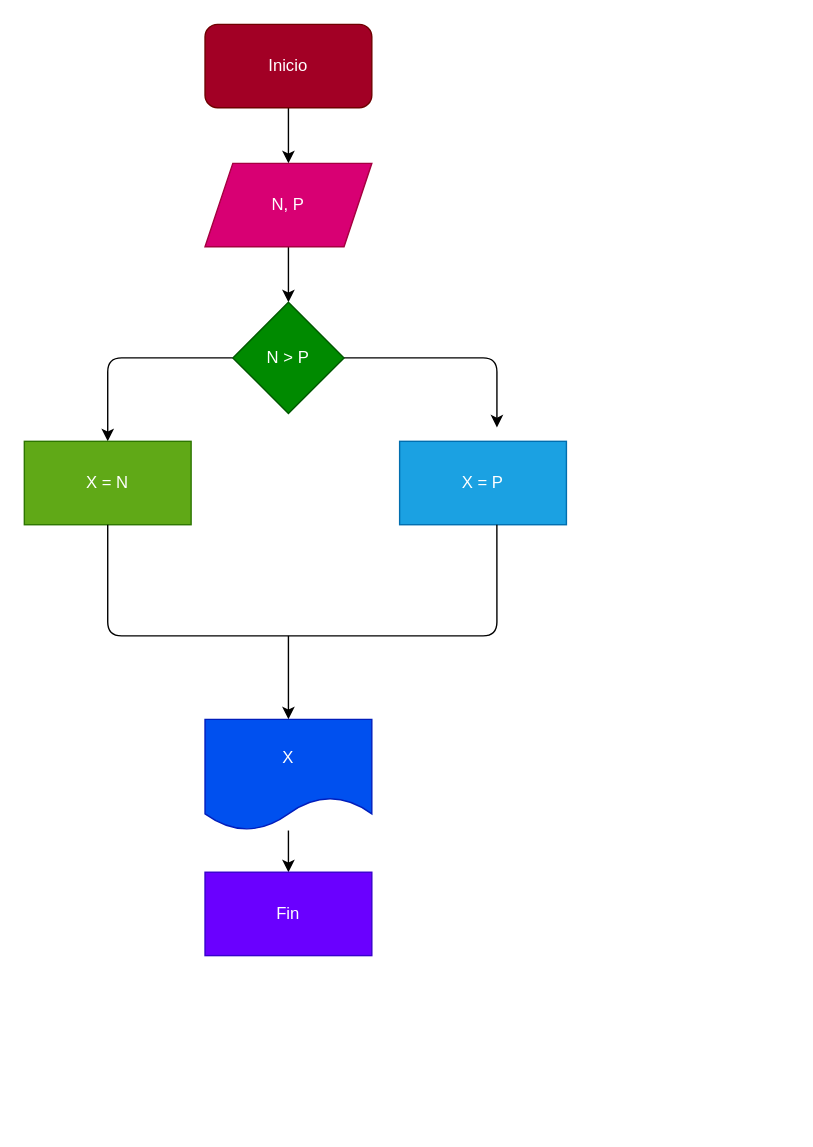
GabsCastroN/mayor_2enteros keeps this draw.io diagram as diagrama.drawio. Above is the earlier version. Source tidied: cells renumbered, new cells numbered last; positions are measured from the earlier drawing's top-left corner, leaving out a move shared by most shapes. Both pictures are drawn from the tidied source at 139%, with x=0, y=0 at pixel (24, 24).
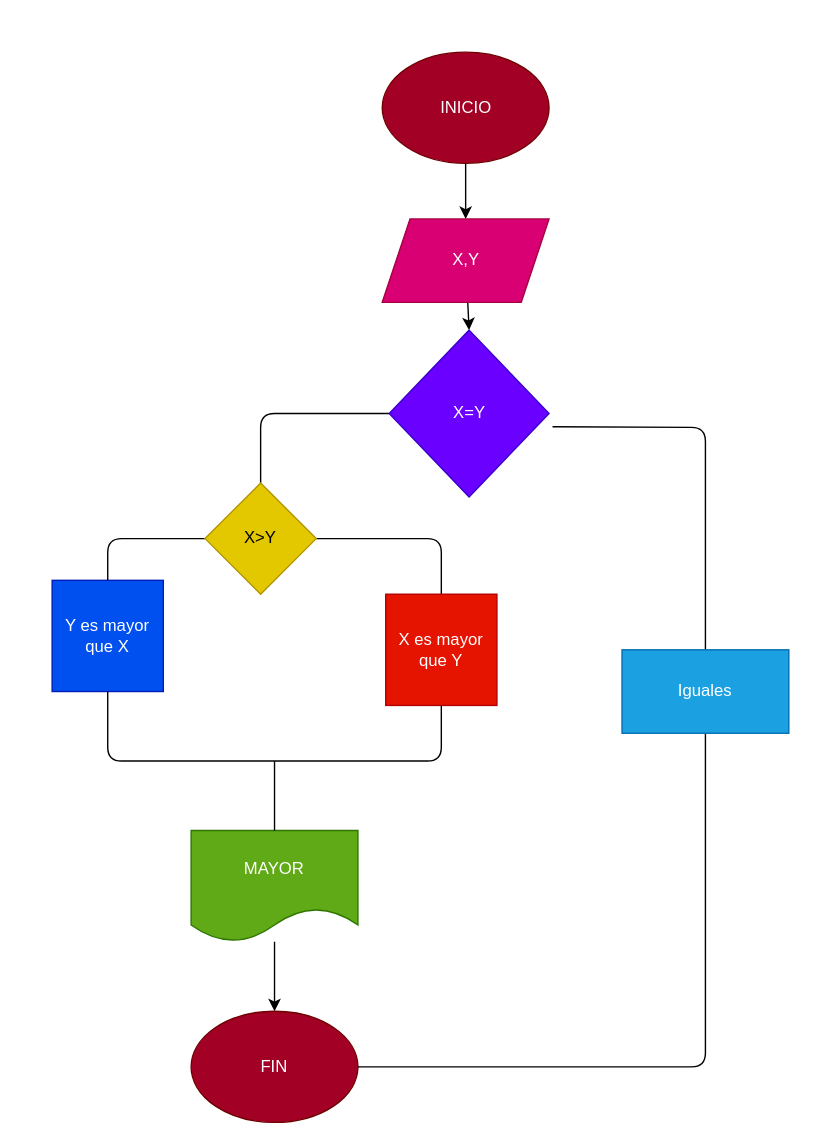
The same page after the edit.

Commit message (it also covers changes not shown here):
se cambio el programa py y el diagrama.

Change to the diagram source:
```diff
@@
-    <mxCell id="2" style="edgeStyle=none;html=1;entryX=0.5;entryY=0;entryDx=0;entryDy=0;" parent="1" edge="1" source="3" target="5">
+    <mxCell id="2" style="edgeStyle=none;html=1;exitX=0.5;exitY=1;exitDx=0;exitDy=0;" parent="1" edge="1" source="19" target="16">
       <mxGeometry relative="1" as="geometry" />
     </mxCell>
-    <mxCell id="3" value="Inicio" style="rounded=1;whiteSpace=wrap;html=1;fillColor=#a20025;fontColor=#ffffff;strokeColor=#6F0000;" parent="1" vertex="1">
-      <mxGeometry x="130" width="120" height="60" as="geometry" />
-    </mxCell>
-    <mxCell id="4" style="edgeStyle=none;html=1;" parent="1" edge="1" source="5" target="8">
-      <mxGeometry relative="1" as="geometry" />
-    </mxCell>
-    <mxCell id="5" value="N, P" style="shape=parallelogram;perimeter=parallelogramPerimeter;whiteSpace=wrap;html=1;fixedSize=1;fillColor=#d80073;fontColor=#ffffff;strokeColor=#A50040;" parent="1" vertex="1">
-      <mxGeometry x="130" y="100" width="120" height="60" as="geometry" />
-    </mxCell>
+    <mxCell id="8" style="edgeStyle=none;html=1;" parent="1" edge="1" source="16">
+      <mxGeometry relative="1" as="geometry">
+        <mxPoint x="320" y="220" as="targetPoint" />
+      </mxGeometry>
+    </mxCell>
+    <mxCell id="16" value="X,Y" style="shape=parallelogram;perimeter=parallelogramPerimeter;whiteSpace=wrap;html=1;fixedSize=1;fillColor=#d80073;fontColor=#ffffff;strokeColor=#A50040;" parent="1" vertex="1">
+      <mxGeometry x="257.5" y="140" width="120" height="60" as="geometry" />
+    </mxCell>
+    <mxCell id="9" style="endArrow=none;html=1;entryX=0.5;entryY=0;entryDx=0;entryDy=0;" parent="1" edge="1" target="27">
+      <mxGeometry relative="1" as="geometry">
+        <mxPoint x="380" y="289.5" as="sourcePoint" />
+        <Array as="points">
+          <mxPoint x="490" y="290" />
+        </Array>
+      </mxGeometry>
+    </mxCell>
-    <mxCell id="6" style="edgeStyle=none;html=1;" parent="1" edge="1" source="8">
+    <mxCell id="6" style="endArrow=none;html=1;entryX=0;entryY=0.5;entryDx=0;entryDy=0;startArrow=none;" parent="1" edge="1" source="28" target="18">
       <mxGeometry relative="1" as="geometry">
-        <mxPoint x="340" y="290" as="targetPoint" />
         <Array as="points">
-          <mxPoint x="340" y="240" />
+          <mxPoint x="170" y="280" />
         </Array>
       </mxGeometry>
     </mxCell>
-    <mxCell id="7" style="edgeStyle=none;html=1;" parent="1" edge="1" source="8" target="10">
-      <mxGeometry relative="1" as="geometry">
-        <Array as="points">
-          <mxPoint x="60" y="240" />
-        </Array>
-      </mxGeometry>
+    <mxCell id="7" value="Y es mayor que X" style="whiteSpace=wrap;html=1;fillColor=#0050ef;fontColor=#ffffff;strokeColor=#001DBC;" parent="1" vertex="1">
+      <mxGeometry x="20" y="400" width="80" height="80" as="geometry" />
     </mxCell>
-    <mxCell id="8" value="N &amp;gt; P" style="rhombus;whiteSpace=wrap;html=1;fillColor=#008a00;fontColor=#ffffff;strokeColor=#005700;" parent="1" vertex="1">
-      <mxGeometry x="150" y="200" width="80" height="80" as="geometry" />
-    </mxCell>
-    <mxCell id="9" value="X = P" style="whiteSpace=wrap;html=1;fillColor=#1ba1e2;fontColor=#ffffff;strokeColor=#006EAF;" parent="1" vertex="1">
-      <mxGeometry x="270" y="300" width="120" height="60" as="geometry" />
-    </mxCell>
-    <mxCell id="10" value="X = N" style="whiteSpace=wrap;html=1;fillColor=#60a917;fontColor=#ffffff;strokeColor=#2D7600;" parent="1" vertex="1">
-      <mxGeometry y="300" width="120" height="60" as="geometry" />
-    </mxCell>
-    <mxCell id="11" style="endArrow=none;html=1;exitX=0.5;exitY=1;exitDx=0;exitDy=0;entryX=0.583;entryY=1;entryDx=0;entryDy=0;entryPerimeter=0;" parent="1" edge="1" source="10" target="9">
-      <mxGeometry relative="1" as="geometry">
-        <Array as="points">
-          <mxPoint x="60" y="440" />
-          <mxPoint x="340" y="440" />
-        </Array>
-      </mxGeometry>
-    </mxCell>
-    <mxCell id="12" style="endArrow=classic;html=1;entryX=0.5;entryY=0;entryDx=0;entryDy=0;" parent="1" edge="1" target="14">
-      <mxGeometry relative="1" as="geometry">
-        <mxPoint x="190" y="440" as="sourcePoint" />
-      </mxGeometry>
-    </mxCell>
+    <mxCell id="17" style="edgeStyle=none;html=1;" parent="1" edge="1" source="13" target="20">
+      <mxGeometry relative="1" as="geometry" />
+    </mxCell>
-    <mxCell id="13" style="edgeStyle=none;html=1;" parent="1" edge="1" source="14" target="15">
-      <mxGeometry relative="1" as="geometry" />
+    <mxCell id="13" value="MAYOR" style="shape=document;whiteSpace=wrap;html=1;boundedLbl=1;fillColor=#60a917;fontColor=#ffffff;strokeColor=#2D7600;" parent="1" vertex="1">
+      <mxGeometry x="120" y="580" width="120" height="80" as="geometry" />
     </mxCell>
-    <mxCell id="14" value="X" style="shape=document;whiteSpace=wrap;html=1;boundedLbl=1;fillColor=#0050ef;fontColor=#ffffff;strokeColor=#001DBC;" parent="1" vertex="1">
-      <mxGeometry x="130" y="500" width="120" height="80" as="geometry" />
-    </mxCell>
-    <mxCell id="15" value="Fin" style="whiteSpace=wrap;html=1;fillColor=#6a00ff;fontColor=#ffffff;strokeColor=#3700CC;" parent="1" vertex="1">
-      <mxGeometry x="130" y="610" width="120" height="60" as="geometry" />
-    </mxCell>
+    <mxCell id="18" value="X=Y" style="rhombus;whiteSpace=wrap;html=1;fillColor=#6a00ff;fontColor=#ffffff;strokeColor=#3700CC;" parent="1" vertex="1">
+      <mxGeometry x="262.5" y="220" width="115" height="120" as="geometry" />
+    </mxCell>
+    <mxCell id="19" value="INICIO" style="ellipse;whiteSpace=wrap;html=1;fillColor=#a20025;fontColor=#ffffff;strokeColor=#6F0000;" parent="1" vertex="1">
+      <mxGeometry x="257.5" y="20" width="120" height="80" as="geometry" />
+    </mxCell>
+    <mxCell id="20" value="FIN" style="ellipse;whiteSpace=wrap;html=1;fillColor=#a20025;fontColor=#ffffff;strokeColor=#6F0000;" parent="1" vertex="1">
+      <mxGeometry x="120" y="710" width="120" height="80" as="geometry" />
+    </mxCell>
+    <mxCell id="21" style="endArrow=none;html=1;entryX=0.5;entryY=0;entryDx=0;entryDy=0;exitX=1;exitY=0.5;exitDx=0;exitDy=0;" parent="1" edge="1" source="28" target="23">
+      <mxGeometry relative="1" as="geometry">
+        <Array as="points">
+          <mxPoint x="300" y="370" />
+        </Array>
+      </mxGeometry>
+    </mxCell>
+    <mxCell id="22" style="endArrow=none;html=1;exitX=0.5;exitY=0;exitDx=0;exitDy=0;entryX=0;entryY=0.5;entryDx=0;entryDy=0;" parent="1" edge="1" source="7" target="28">
+      <mxGeometry relative="1" as="geometry">
+        <Array as="points">
+          <mxPoint x="60" y="370" />
+        </Array>
+      </mxGeometry>
+    </mxCell>
+    <mxCell id="23" value="X es mayor que Y" style="whiteSpace=wrap;html=1;fillColor=#e51400;fontColor=#ffffff;strokeColor=#B20000;" parent="1" vertex="1">
+      <mxGeometry x="260" y="410" width="80" height="80" as="geometry" />
+    </mxCell>
+    <mxCell id="24" style="endArrow=none;html=1;entryX=0.5;entryY=1;entryDx=0;entryDy=0;exitX=0.5;exitY=1;exitDx=0;exitDy=0;" parent="1" edge="1" source="7" target="23">
+      <mxGeometry relative="1" as="geometry">
+        <Array as="points">
+          <mxPoint x="60" y="530" />
+          <mxPoint x="180" y="530" />
+          <mxPoint x="300" y="530" />
+        </Array>
+      </mxGeometry>
+    </mxCell>
+    <mxCell id="25" style="endArrow=none;html=1;exitX=0.5;exitY=0;exitDx=0;exitDy=0;" parent="1" edge="1" source="13">
+      <mxGeometry relative="1" as="geometry">
+        <mxPoint x="180" y="530" as="targetPoint" />
+      </mxGeometry>
+    </mxCell>
+    <mxCell id="26" style="endArrow=none;html=1;exitX=1;exitY=0.5;exitDx=0;exitDy=0;entryX=0.5;entryY=1;entryDx=0;entryDy=0;" parent="1" edge="1" source="20" target="27">
+      <mxGeometry relative="1" as="geometry">
+        <Array as="points">
+          <mxPoint x="490" y="750" />
+        </Array>
+      </mxGeometry>
+    </mxCell>
+    <mxCell id="27" value="Iguales" style="whiteSpace=wrap;html=1;fillColor=#1ba1e2;strokeColor=#006EAF;fontColor=#ffffff;" parent="1" vertex="1">
+      <mxGeometry x="430" y="450" width="120" height="60" as="geometry" />
+    </mxCell>
+    <mxCell id="28" value="X&amp;gt;Y" style="rhombus;whiteSpace=wrap;html=1;fillColor=#e3c800;fontColor=#000000;strokeColor=#B09500;" parent="1" vertex="1">
+      <mxGeometry x="130" y="330" width="80" height="80" as="geometry" />
+    </mxCell>
```
